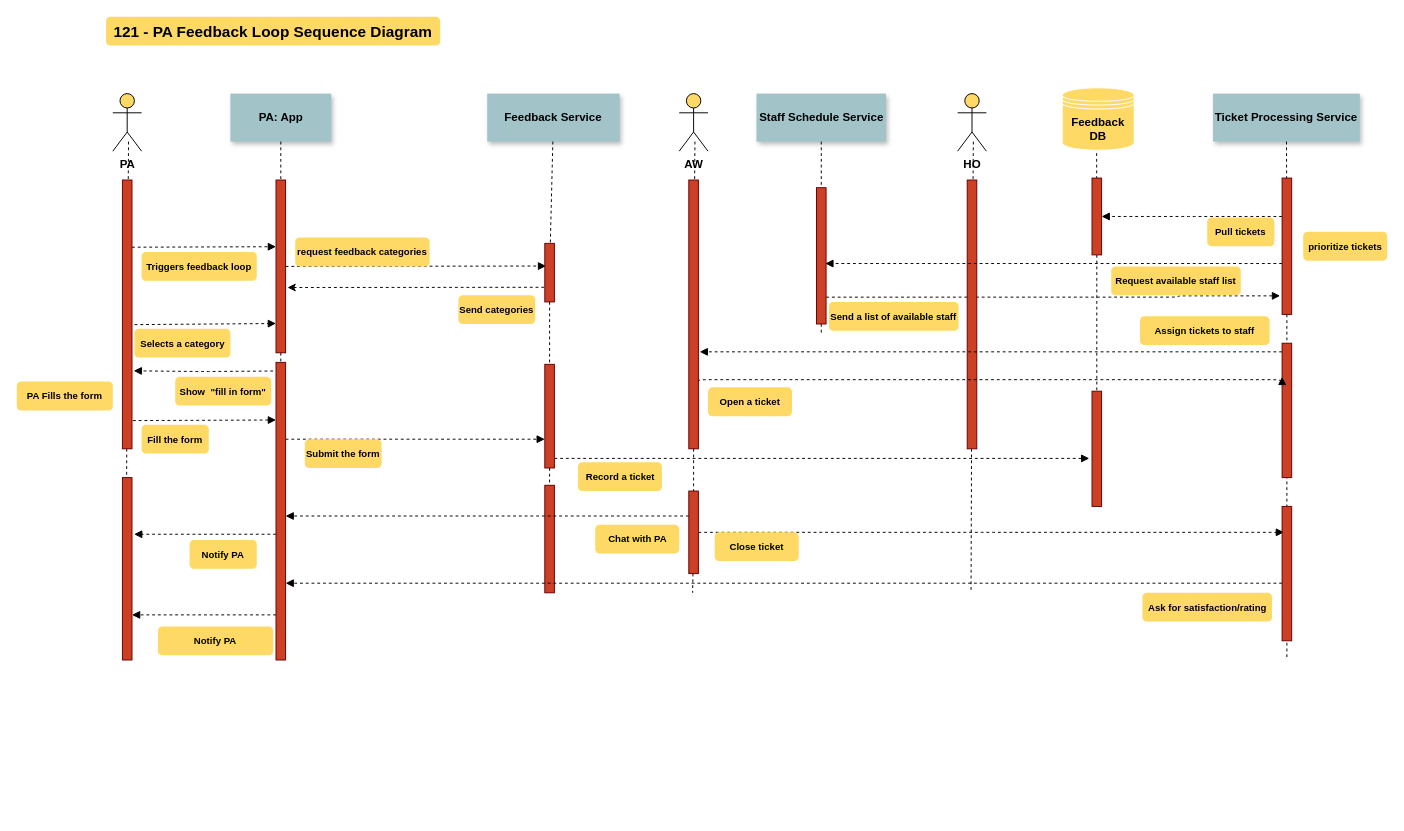
This is Sequence Diagrams/PA Feedback loop.drawio from nsward/diagrams, a draw.io file, before an edit. Source tidied: cells renumbered, new cells numbered last; positions are measured from the earlier drawing's top-left corner, leaving out a move shared by most shapes. Both pictures are drawn from the tidied source at 96%, with x=0, y=0 at pixel (16, 16).
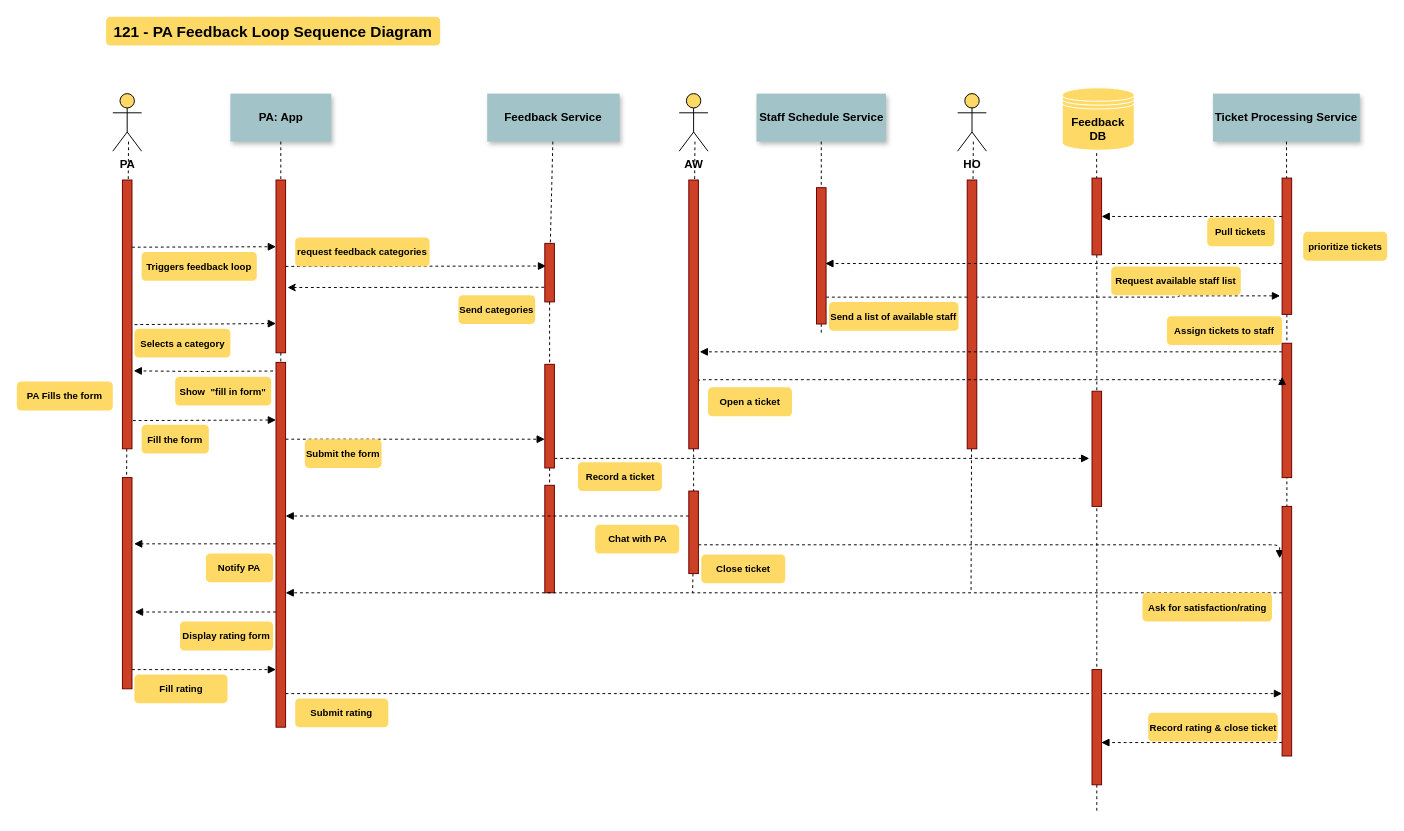
The same page after the edit.

Unchanged cells that the change refers to:
```xml
<mxCell id="8" style="fillColor=#CC4125;strokeColor=#660000;" parent="1" vertex="1">
  <mxGeometry x="1120" y="390" width="10" height="120" as="geometry" />
</mxCell>
<mxCell id="29" style="fillColor=#CC4125;strokeColor=#660000;" parent="1" vertex="1">
  <mxGeometry x="1120" y="168" width="10" height="80" as="geometry" />
</mxCell>
<mxCell id="63" style="fillColor=#CC4125;strokeColor=#660000;" parent="1" vertex="1">
  <mxGeometry x="700" y="494" width="10" height="86" as="geometry" />
</mxCell>
```

Change to the diagram source:
```diff
@@
-    <mxCell id="7" style="edgeStyle=none;endArrow=none;dashed=1;" parent="1" edge="1" source="29" target="8">
-      <mxGeometry x="807" y="270" as="geometry" />
+    <mxCell id="7" style="edgeStyle=none;endArrow=none;dashed=1;" parent="1" edge="1" source="29">
+      <mxGeometry x="807" y="270" as="geometry">
+        <mxPoint x="1125" y="830" as="targetPoint" />
+      </mxGeometry>
     </mxCell>
@@
-    <mxCell id="15" style="edgeStyle=elbowEdgeStyle;jettySize=auto;elbow=vertical;html=1;entryX=1;entryY=0.75;entryDx=0;entryDy=0;dashed=1;startFill=0;endArrow=block;endFill=1;" parent="1" edge="1" source="16" target="71">
-      <mxGeometry relative="1" as="geometry" />
+    <mxCell id="15" style="edgeStyle=elbowEdgeStyle;jettySize=auto;elbow=vertical;html=1;entryX=1.3;entryY=0.638;entryDx=0;entryDy=0;dashed=1;startFill=0;endArrow=block;endFill=1;entryPerimeter=0;" parent="1" edge="1" source="16" target="71">
+      <mxGeometry relative="1" as="geometry">
+        <Array as="points">
+          <mxPoint x="160" y="620" />
+        </Array>
+      </mxGeometry>
     </mxCell>
+    <mxCell id="90" style="edgeStyle=elbowEdgeStyle;jettySize=auto;elbow=vertical;html=1;entryX=0;entryY=0.75;entryDx=0;entryDy=0;dashed=1;startFill=0;endArrow=block;endFill=1;" parent="1" edge="1" source="16" target="66">
+      <mxGeometry relative="1" as="geometry" />
+    </mxCell>
     <mxCell id="16" style="fillColor=#CC4125;strokeColor=#660000;" parent="1" vertex="1">
-      <mxGeometry x="270" y="360" width="10" height="310" as="geometry" />
+      <mxGeometry x="270" y="360" width="10" height="380" as="geometry" />
     </mxCell>
@@
-    <mxCell id="62" style="edgeStyle=elbowEdgeStyle;jettySize=auto;elbow=vertical;html=1;dashed=1;startFill=0;endArrow=block;endFill=1;" parent="1" edge="1" source="63">
+    <mxCell id="62" style="edgeStyle=elbowEdgeStyle;jettySize=auto;elbow=vertical;html=1;dashed=1;startFill=0;endArrow=block;endFill=1;entryX=-0.25;entryY=0.208;entryDx=0;entryDy=0;entryPerimeter=0;" parent="1" edge="1" source="63" target="66">
       <mxGeometry relative="1" as="geometry">
-        <mxPoint x="1320" y="537" as="targetPoint" />
+        <Array as="points">
+          <mxPoint x="1070" y="550" />
+          <mxPoint x="850" y="560" />
+          <mxPoint x="880" y="550" />
+        </Array>
       </mxGeometry>
     </mxCell>
@@
     <mxCell id="65" style="edgeStyle=elbowEdgeStyle;jettySize=auto;elbow=vertical;html=1;dashed=1;startFill=0;endArrow=block;endFill=1;" parent="1" edge="1" source="66">
       <mxGeometry relative="1" as="geometry">
-        <mxPoint x="280" y="590" as="targetPoint" />
+        <mxPoint x="280" y="600" as="targetPoint" />
         <Array as="points">
+          <mxPoint x="850" y="600" />
           <mxPoint x="350" y="590" />
         </Array>
       </mxGeometry>
     </mxCell>
+    <mxCell id="91" style="edgeStyle=elbowEdgeStyle;jettySize=auto;elbow=vertical;html=1;entryX=0.967;entryY=0.635;entryDx=0;entryDy=0;entryPerimeter=0;dashed=1;startFill=0;endArrow=block;endFill=1;" parent="1" edge="1" source="66" target="95">
+      <mxGeometry relative="1" as="geometry" />
+    </mxCell>
     <mxCell id="66" style="fillColor=#CC4125;strokeColor=#660000;" parent="1" vertex="1">
-      <mxGeometry x="1318" y="510" width="10" height="140" as="geometry" />
+      <mxGeometry x="1318" y="510" width="10" height="260" as="geometry" />
     </mxCell>
@@
+    <mxCell id="92" style="edgeStyle=elbowEdgeStyle;jettySize=auto;elbow=vertical;html=1;dashed=1;startFill=0;endArrow=block;endFill=1;" parent="1" edge="1" source="71">
+      <mxGeometry relative="1" as="geometry">
+        <mxPoint x="270" y="680" as="targetPoint" />
+        <Array as="points">
+          <mxPoint x="250" y="680" />
+        </Array>
+      </mxGeometry>
+    </mxCell>
     <mxCell id="71" style="fillColor=#CC4125;strokeColor=#660000;" parent="1" vertex="1">
-      <mxGeometry x="110" y="480" width="10" height="190" as="geometry" />
+      <mxGeometry x="110" y="480" width="10" height="220" as="geometry" />
     </mxCell>
@@
     <mxCell id="79" value="Close ticket" style="rounded=1;fontStyle=1;fillColor=#FFD966;strokeColor=none;whiteSpace=wrap;fontSize=10;" parent="1" vertex="1">
-      <mxGeometry x="727" y="537" width="87.5" height="30" as="geometry" />
+      <mxGeometry x="713" y="560" width="87.5" height="30" as="geometry" />
     </mxCell>
@@
     <mxCell id="86" value="Notify PA" style="rounded=1;fontStyle=1;fillColor=#FFD966;strokeColor=none;whiteSpace=wrap;fontSize=10;" parent="1" vertex="1">
-      <mxGeometry x="180" y="545" width="70" height="30" as="geometry" />
+      <mxGeometry x="197" y="559" width="70" height="30" as="geometry" />
     </mxCell>
     <mxCell id="87" value="Assign tickets to staff" style="rounded=1;fontStyle=1;fillColor=#FFD966;strokeColor=none;whiteSpace=wrap;fontSize=10;" parent="1" vertex="1">
-      <mxGeometry x="1170" y="312" width="135" height="30" as="geometry" />
+      <mxGeometry x="1198" y="312" width="120" height="30" as="geometry" />
     </mxCell>
@@
-    <mxCell id="89" value="Notify PA" style="rounded=1;fontStyle=1;fillColor=#FFD966;strokeColor=none;whiteSpace=wrap;fontSize=10;" parent="1" vertex="1">
-      <mxGeometry x="147" y="635" width="120" height="30" as="geometry" />
+    <mxCell id="89" value="Display rating form" style="rounded=1;fontStyle=1;fillColor=#FFD966;strokeColor=none;whiteSpace=wrap;fontSize=10;" parent="1" vertex="1">
+      <mxGeometry x="170" y="630" width="97" height="30" as="geometry" />
     </mxCell>
+    <mxCell id="93" value="Fill rating" style="rounded=1;fontStyle=1;fillColor=#FFD966;strokeColor=none;whiteSpace=wrap;fontSize=10;" parent="1" vertex="1">
+      <mxGeometry x="122.5" y="685" width="97" height="30" as="geometry" />
+    </mxCell>
+    <mxCell id="94" value="Submit rating" style="rounded=1;fontStyle=1;fillColor=#FFD966;strokeColor=none;whiteSpace=wrap;fontSize=10;" parent="1" vertex="1">
+      <mxGeometry x="290" y="710" width="97" height="30" as="geometry" />
+    </mxCell>
+    <mxCell id="95" style="fillColor=#CC4125;strokeColor=#660000;" parent="1" vertex="1">
+      <mxGeometry x="1120" y="680" width="10" height="120" as="geometry" />
+    </mxCell>
+    <mxCell id="96" value="Record rating &amp; close ticket" style="rounded=1;fontStyle=1;fillColor=#FFD966;strokeColor=none;whiteSpace=wrap;fontSize=10;" parent="1" vertex="1">
+      <mxGeometry x="1178.5" y="725" width="135" height="30" as="geometry" />
+    </mxCell>
```
